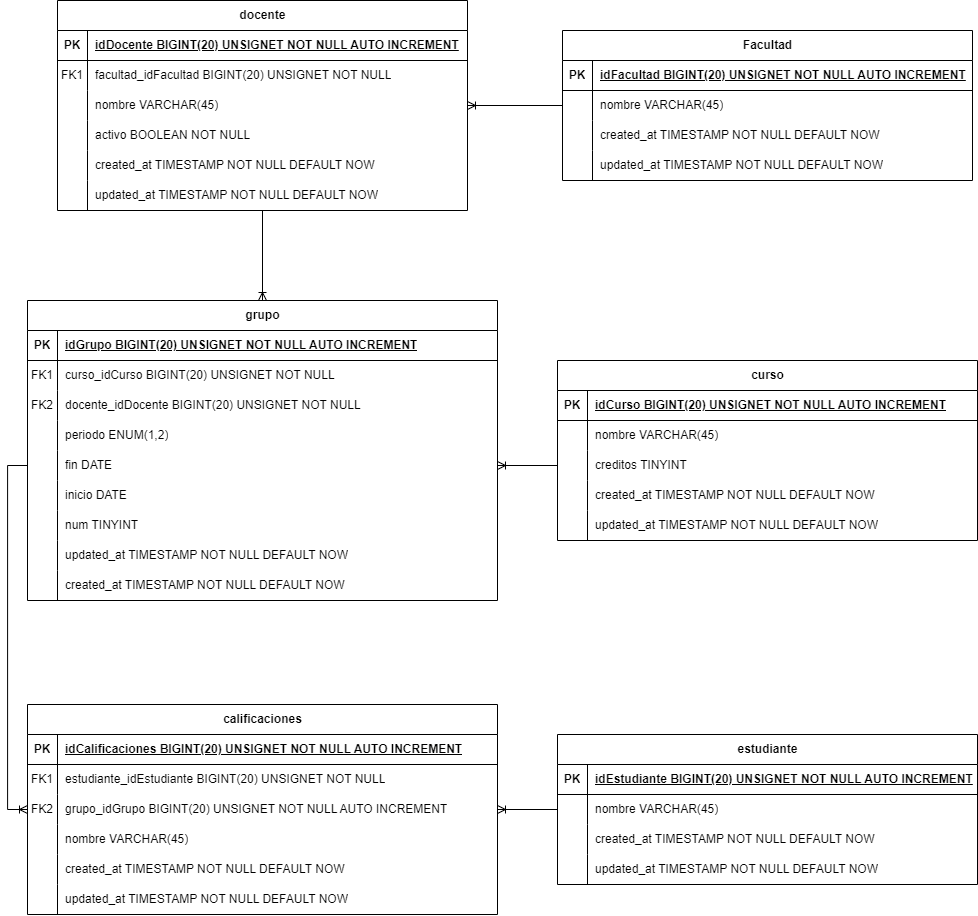
The draw.io diagram Diagramas/diagramaFisico.drawio.png in cdmorau/mariaDBdata, before a commit. Source tidied: cells renumbered, new cells last; positions are measured from the earlier drawing's top-left corner, leaving out a move shared by most shapes.
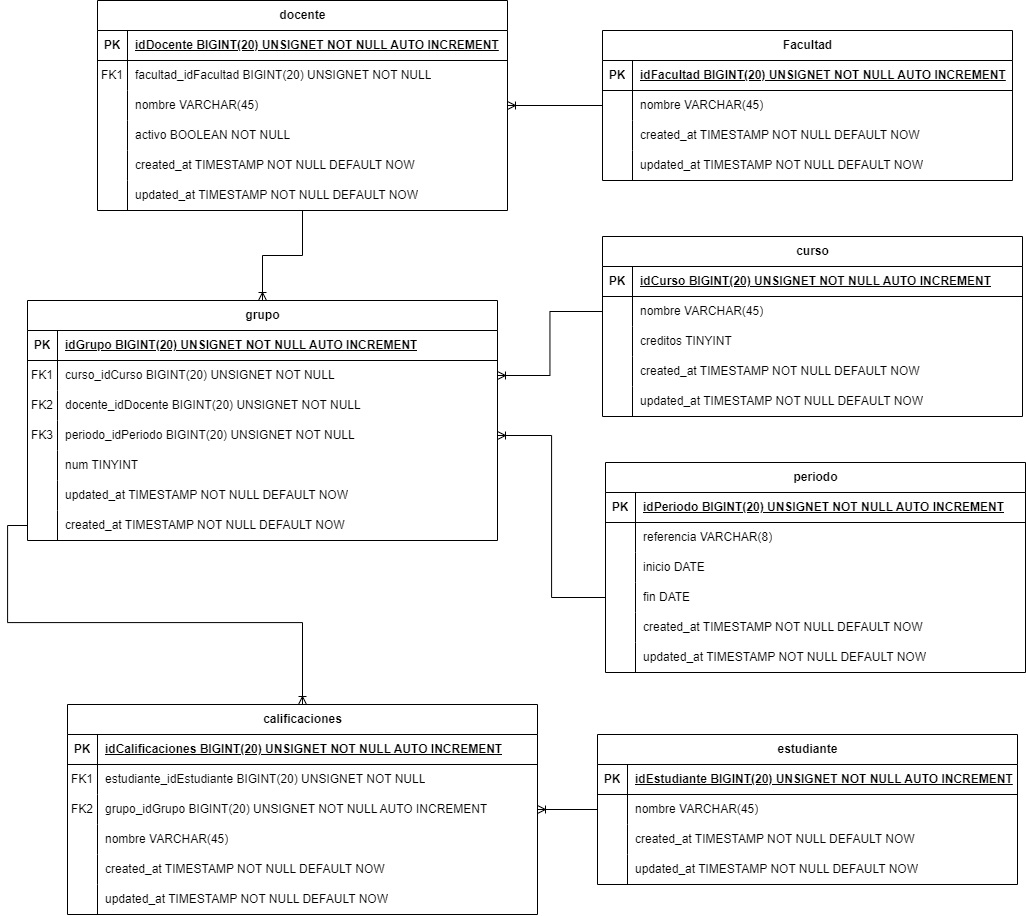
The same diagram one commit later.

Change to the diagram source:
```diff
@@ -63,7 +63,7 @@
       <mxGeometry x="30" width="380" height="30" as="geometry" />
     </mxCell>
     <mxCell id="22" value="grupo" style="shape=table;startSize=30;rowLines=0;fontStyle=1;align=center;html=1;" parent="1" vertex="1">
-      <mxGeometry y="300" width="470" height="300" as="geometry" />
+      <mxGeometry x="-40" y="300" width="470" height="240" as="geometry" />
     </mxCell>
     <mxCell id="23" style="shape=tableRow;horizontal=0;startSize=0;swimlaneHead=0;swimlaneBody=0;fillColor=none;top=0;left=0;right=0;bottom=1;" parent="22" vertex="1">
       <mxGeometry y="30" width="470" height="30" as="geometry" />
@@ -92,35 +92,17 @@
     <mxCell id="31" value="docente_idDocente BIGINT(20) UNSIGNET NOT NULL&amp;nbsp;" style="shape=partialRectangle;fillColor=none;top=0;left=0;bottom=0;right=0;align=left;spacingLeft=6;overflow=hidden;whiteSpace=wrap;html=1;" parent="29" vertex="1">
       <mxGeometry x="30" width="440" height="30" as="geometry" />
     </mxCell>
-    <mxCell id="32" style="shape=tableRow;horizontal=0;startSize=0;swimlaneHead=0;swimlaneBody=0;fillColor=none;top=0;left=0;right=0;bottom=0;" parent="22" vertex="1">
-      <mxGeometry y="120" width="470" height="30" as="geometry" />
-    </mxCell>
-    <mxCell id="33" style="shape=partialRectangle;fillColor=none;top=0;left=0;bottom=0;right=0;overflow=hidden;whiteSpace=wrap;html=1;" parent="32" vertex="1">
-      <mxGeometry width="30" height="30" as="geometry" />
-    </mxCell>
-    <mxCell id="34" value="periodo ENUM(1,2)" style="shape=partialRectangle;fillColor=none;top=0;left=0;bottom=0;right=0;align=left;spacingLeft=6;overflow=hidden;whiteSpace=wrap;html=1;" parent="32" vertex="1">
-      <mxGeometry x="30" width="440" height="30" as="geometry" />
-    </mxCell>
-    <mxCell id="35" style="shape=tableRow;horizontal=0;startSize=0;swimlaneHead=0;swimlaneBody=0;fillColor=none;points=[[0,0.5],[1,0.5]];portConstraint=eastwest;top=0;left=0;right=0;bottom=0;" parent="22" vertex="1">
-      <mxGeometry y="150" width="470" height="30" as="geometry" />
-    </mxCell>
-    <mxCell id="36" style="shape=partialRectangle;fillColor=none;top=0;left=0;bottom=0;right=0;overflow=hidden;whiteSpace=wrap;html=1;" parent="35" vertex="1">
-      <mxGeometry width="30" height="30" as="geometry" />
-    </mxCell>
-    <mxCell id="37" value="fin DATE" style="shape=partialRectangle;fillColor=none;top=0;left=0;bottom=0;right=0;align=left;spacingLeft=6;overflow=hidden;whiteSpace=wrap;html=1;" parent="35" vertex="1">
-      <mxGeometry x="30" width="440" height="30" as="geometry" />
-    </mxCell>
     <mxCell id="38" style="shape=tableRow;horizontal=0;startSize=0;swimlaneHead=0;swimlaneBody=0;fillColor=none;points=[[0,0.5],[1,0.5]];portConstraint=eastwest;top=0;left=0;right=0;bottom=0;" parent="22" vertex="1">
-      <mxGeometry y="180" width="470" height="30" as="geometry" />
+      <mxGeometry y="120" width="470" height="30" as="geometry" />
     </mxCell>
-    <mxCell id="39" style="shape=partialRectangle;fillColor=none;top=0;left=0;bottom=0;right=0;overflow=hidden;whiteSpace=wrap;html=1;" parent="38" vertex="1">
+    <mxCell id="39" value="FK3" style="shape=partialRectangle;fillColor=none;top=0;left=0;bottom=0;right=0;overflow=hidden;whiteSpace=wrap;html=1;" parent="38" vertex="1">
       <mxGeometry width="30" height="30" as="geometry" />
     </mxCell>
-    <mxCell id="40" value="inicio DATE" style="shape=partialRectangle;fillColor=none;top=0;left=0;bottom=0;right=0;align=left;spacingLeft=6;overflow=hidden;whiteSpace=wrap;html=1;" parent="38" vertex="1">
+    <mxCell id="40" value="periodo_idPeriodo BIGINT(20) UNSIGNET NOT NULL&amp;nbsp;" style="shape=partialRectangle;fillColor=none;top=0;left=0;bottom=0;right=0;align=left;spacingLeft=6;overflow=hidden;whiteSpace=wrap;html=1;" parent="38" vertex="1">
       <mxGeometry x="30" width="440" height="30" as="geometry" />
     </mxCell>
     <mxCell id="41" style="shape=tableRow;horizontal=0;startSize=0;swimlaneHead=0;swimlaneBody=0;fillColor=none;top=0;left=0;right=0;bottom=0;" parent="22" vertex="1">
-      <mxGeometry y="210" width="470" height="30" as="geometry" />
+      <mxGeometry y="150" width="470" height="30" as="geometry" />
     </mxCell>
     <mxCell id="42" style="shape=partialRectangle;fillColor=none;top=0;left=0;bottom=0;right=0;overflow=hidden;whiteSpace=wrap;html=1;" parent="41" vertex="1">
       <mxGeometry width="30" height="30" as="geometry" />
@@ -129,7 +111,7 @@
       <mxGeometry x="30" width="440" height="30" as="geometry" />
     </mxCell>
     <mxCell id="44" style="shape=tableRow;horizontal=0;startSize=0;swimlaneHead=0;swimlaneBody=0;fillColor=none;top=0;left=0;right=0;bottom=0;" parent="22" vertex="1">
-      <mxGeometry y="240" width="470" height="30" as="geometry" />
+      <mxGeometry y="180" width="470" height="30" as="geometry" />
     </mxCell>
     <mxCell id="45" style="shape=partialRectangle;fillColor=none;top=0;left=0;bottom=0;right=0;overflow=hidden;whiteSpace=wrap;html=1;" parent="44" vertex="1">
       <mxGeometry width="30" height="30" as="geometry" />
@@ -138,7 +120,7 @@
       <mxGeometry x="30" width="440" height="30" as="geometry" />
     </mxCell>
     <mxCell id="47" style="shape=tableRow;horizontal=0;startSize=0;swimlaneHead=0;swimlaneBody=0;fillColor=none;points=[[0,0.5],[1,0.5]];portConstraint=eastwest;top=0;left=0;right=0;bottom=0;" parent="22" vertex="1">
-      <mxGeometry y="270" width="470" height="30" as="geometry" />
+      <mxGeometry y="210" width="470" height="30" as="geometry" />
     </mxCell>
     <mxCell id="48" style="shape=partialRectangle;fillColor=none;top=0;left=0;bottom=0;right=0;overflow=hidden;whiteSpace=wrap;html=1;" parent="47" vertex="1">
       <mxGeometry width="30" height="30" as="geometry" />
@@ -147,7 +129,7 @@
       <mxGeometry x="30" width="440" height="30" as="geometry" />
     </mxCell>
     <mxCell id="50" value="curso" style="shape=table;startSize=30;rowLines=0;fontStyle=1;align=center;html=1;" parent="1" vertex="1">
-      <mxGeometry x="530" y="360" width="420" height="180" as="geometry" />
+      <mxGeometry x="535" y="236" width="420" height="180" as="geometry" />
     </mxCell>
     <mxCell id="51" style="shape=tableRow;horizontal=0;startSize=0;swimlaneHead=0;swimlaneBody=0;fillColor=none;top=0;left=0;right=0;bottom=1;" parent="50" vertex="1">
       <mxGeometry y="30" width="420" height="30" as="geometry" />
@@ -335,11 +317,77 @@
     <mxCell id="112" style="edgeStyle=orthogonalEdgeStyle;rounded=0;jettySize=auto;html=1;exitX=0;exitY=0.5;exitDx=0;exitDy=0;entryX=1;entryY=0.5;entryDx=0;entryDy=0;endArrow=ERoneToMany;endFill=0;" parent="1" edge="1" source="103" target="10">
       <mxGeometry relative="1" as="geometry" />
     </mxCell>
-    <mxCell id="113" style="edgeStyle=orthogonalEdgeStyle;rounded=0;jettySize=auto;html=1;exitX=0;exitY=0.5;exitDx=0;exitDy=0;entryX=1;entryY=0.5;entryDx=0;entryDy=0;endArrow=ERoneToMany;endFill=0;" parent="1" edge="1" source="57" target="35">
+    <mxCell id="113" style="edgeStyle=orthogonalEdgeStyle;rounded=0;jettySize=auto;html=1;exitX=0;exitY=0.5;exitDx=0;exitDy=0;entryX=1;entryY=0.5;entryDx=0;entryDy=0;endArrow=ERoneToMany;endFill=0;" parent="1" edge="1" source="57">
       <mxGeometry relative="1" as="geometry" />
     </mxCell>
-    <mxCell id="114" style="edgeStyle=orthogonalEdgeStyle;rounded=0;jettySize=auto;html=1;exitX=0;exitY=0.5;exitDx=0;exitDy=0;entryX=0;entryY=0.5;entryDx=0;entryDy=0;endArrow=ERoneToMany;endFill=0;" parent="1" edge="1" source="35" target="73">
+    <mxCell id="114" style="edgeStyle=orthogonalEdgeStyle;rounded=0;jettySize=auto;html=1;exitX=0;exitY=0.5;exitDx=0;exitDy=0;entryX=0;entryY=0.5;entryDx=0;entryDy=0;endArrow=ERoneToMany;endFill=0;" parent="1" edge="1" target="73">
       <mxGeometry relative="1" as="geometry" />
     </mxCell>
+    <mxCell id="115" value="periodo" style="shape=table;startSize=30;rowLines=0;fontStyle=1;align=center;html=1;" parent="1" vertex="1">
+      <mxGeometry x="538" y="462" width="420" height="210" as="geometry" />
+    </mxCell>
+    <mxCell id="116" style="shape=tableRow;horizontal=0;startSize=0;swimlaneHead=0;swimlaneBody=0;fillColor=none;top=0;left=0;right=0;bottom=1;" parent="115" vertex="1">
+      <mxGeometry y="30" width="420" height="30" as="geometry" />
+    </mxCell>
+    <mxCell id="117" value="PK" style="shape=partialRectangle;fillColor=none;top=0;left=0;bottom=0;right=0;fontStyle=1;overflow=hidden;whiteSpace=wrap;html=1;" parent="116" vertex="1">
+      <mxGeometry width="30" height="30" as="geometry" />
+    </mxCell>
+    <mxCell id="118" value="idPeriodo BIGINT(20) UNSIGNET NOT NULL AUTO INCREMENT" style="shape=partialRectangle;fillColor=none;top=0;left=0;bottom=0;right=0;align=left;spacingLeft=6;fontStyle=5;overflow=hidden;whiteSpace=wrap;html=1;" parent="116" vertex="1">
+      <mxGeometry x="30" width="390" height="30" as="geometry" />
+    </mxCell>
+    <mxCell id="119" style="shape=tableRow;horizontal=0;startSize=0;swimlaneHead=0;swimlaneBody=0;fillColor=none;top=0;left=0;right=0;bottom=0;" parent="115" vertex="1">
+      <mxGeometry y="60" width="420" height="30" as="geometry" />
+    </mxCell>
+    <mxCell id="120" style="shape=partialRectangle;fillColor=none;top=0;left=0;bottom=0;right=0;overflow=hidden;whiteSpace=wrap;html=1;" parent="119" vertex="1">
+      <mxGeometry width="30" height="30" as="geometry" />
+    </mxCell>
+    <mxCell id="121" value="referencia VARCHAR(8)" style="shape=partialRectangle;fillColor=none;top=0;left=0;bottom=0;right=0;align=left;spacingLeft=6;overflow=hidden;whiteSpace=wrap;html=1;" parent="119" vertex="1">
+      <mxGeometry x="30" width="390" height="30" as="geometry" />
+    </mxCell>
+    <mxCell id="122" style="shape=tableRow;horizontal=0;startSize=0;swimlaneHead=0;swimlaneBody=0;fillColor=none;top=0;left=0;right=0;bottom=0;" parent="115" vertex="1">
+      <mxGeometry y="90" width="420" height="30" as="geometry" />
+    </mxCell>
+    <mxCell id="123" style="shape=partialRectangle;fillColor=none;top=0;left=0;bottom=0;right=0;overflow=hidden;whiteSpace=wrap;html=1;" parent="122" vertex="1">
+      <mxGeometry width="30" height="30" as="geometry" />
+    </mxCell>
+    <mxCell id="124" value="inicio DATE" style="shape=partialRectangle;fillColor=none;top=0;left=0;bottom=0;right=0;align=left;spacingLeft=6;overflow=hidden;whiteSpace=wrap;html=1;" parent="122" vertex="1">
+      <mxGeometry x="30" width="390" height="30" as="geometry" />
+    </mxCell>
+    <mxCell id="125" style="shape=tableRow;horizontal=0;startSize=0;swimlaneHead=0;swimlaneBody=0;fillColor=none;points=[[0,0.5],[1,0.5]];portConstraint=eastwest;top=0;left=0;right=0;bottom=0;" parent="115" vertex="1">
+      <mxGeometry y="120" width="420" height="30" as="geometry" />
+    </mxCell>
+    <mxCell id="126" style="shape=partialRectangle;fillColor=none;top=0;left=0;bottom=0;right=0;overflow=hidden;whiteSpace=wrap;html=1;" parent="125" vertex="1">
+      <mxGeometry width="30" height="30" as="geometry" />
+    </mxCell>
+    <mxCell id="37" value="fin DATE" style="shape=partialRectangle;fillColor=none;top=0;left=0;bottom=0;right=0;align=left;spacingLeft=6;overflow=hidden;whiteSpace=wrap;html=1;" parent="125" vertex="1">
+      <mxGeometry x="30" width="390" height="30" as="geometry" />
+    </mxCell>
+    <mxCell id="127" style="shape=tableRow;horizontal=0;startSize=0;swimlaneHead=0;swimlaneBody=0;fillColor=none;top=0;left=0;right=0;bottom=0;" parent="115" vertex="1">
+      <mxGeometry y="150" width="420" height="30" as="geometry" />
+    </mxCell>
+    <mxCell id="128" style="shape=partialRectangle;fillColor=none;top=0;left=0;bottom=0;right=0;overflow=hidden;whiteSpace=wrap;html=1;" parent="127" vertex="1">
+      <mxGeometry width="30" height="30" as="geometry" />
+    </mxCell>
+    <mxCell id="129" value="created_at TIMESTAMP NOT NULL DEFAULT NOW" style="shape=partialRectangle;fillColor=none;top=0;left=0;bottom=0;right=0;align=left;spacingLeft=6;overflow=hidden;whiteSpace=wrap;html=1;" parent="127" vertex="1">
+      <mxGeometry x="30" width="390" height="30" as="geometry" />
+    </mxCell>
+    <mxCell id="130" style="shape=tableRow;horizontal=0;startSize=0;swimlaneHead=0;swimlaneBody=0;fillColor=none;top=0;left=0;right=0;bottom=0;" parent="115" vertex="1">
+      <mxGeometry y="180" width="420" height="30" as="geometry" />
+    </mxCell>
+    <mxCell id="131" style="shape=partialRectangle;fillColor=none;top=0;left=0;bottom=0;right=0;overflow=hidden;whiteSpace=wrap;html=1;" parent="130" vertex="1">
+      <mxGeometry width="30" height="30" as="geometry" />
+    </mxCell>
+    <mxCell id="132" value="updated_at TIMESTAMP NOT NULL DEFAULT NOW" style="shape=partialRectangle;fillColor=none;top=0;left=0;bottom=0;right=0;align=left;spacingLeft=6;overflow=hidden;whiteSpace=wrap;html=1;" parent="130" vertex="1">
+      <mxGeometry x="30" width="390" height="30" as="geometry" />
+    </mxCell>
+    <mxCell id="133" style="edgeStyle=orthogonalEdgeStyle;rounded=0;jettySize=auto;html=1;entryX=0.5;entryY=0;entryDx=0;entryDy=0;endArrow=ERoneToMany;endFill=0;exitX=0;exitY=0.5;exitDx=0;exitDy=0;" parent="1" edge="1" source="47" target="66">
+      <mxGeometry relative="1" as="geometry" />
+    </mxCell>
+    <mxCell id="134" style="edgeStyle=orthogonalEdgeStyle;rounded=0;jettySize=auto;html=1;endArrow=ERoneToMany;endFill=0;entryX=1;entryY=0.5;entryDx=0;entryDy=0;exitX=0;exitY=0.5;exitDx=0;exitDy=0;" parent="1" edge="1" source="125" target="38">
+      <mxGeometry relative="1" as="geometry" />
+    </mxCell>
+    <mxCell id="135" style="edgeStyle=orthogonalEdgeStyle;rounded=0;jettySize=auto;html=1;endArrow=ERoneToMany;endFill=0;entryX=1;entryY=0.5;entryDx=0;entryDy=0;exitX=0;exitY=0.5;exitDx=0;exitDy=0;" parent="1" edge="1" source="54" target="26">
+      <mxGeometry relative="1" as="geometry" />
+    </mxCell>
   </root>
 </mxGraphModel>
```
